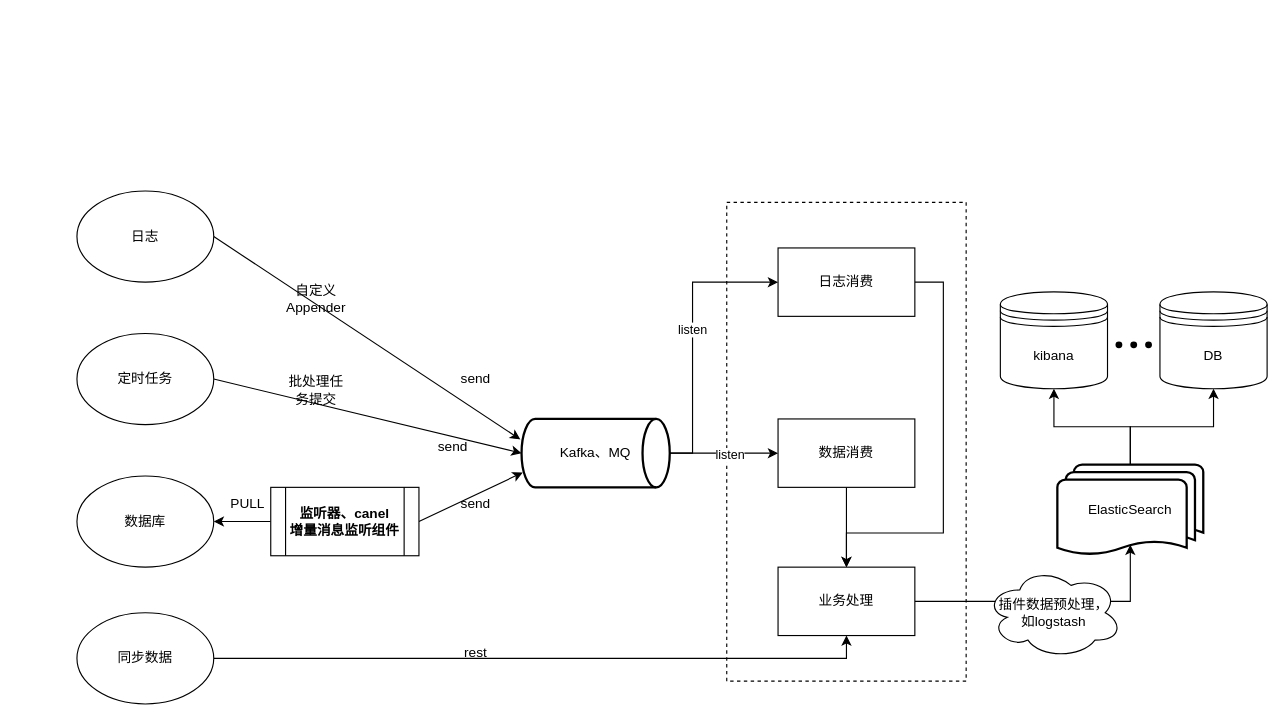
NjuptMei/DrowIo keeps this draw.io diagram as 绘图文件/数据采集对接ELK全流程.drawio. Above is the earlier version. Source tidied: cells renumbered, new cells numbered last; positions are measured from the earlier drawing's top-left corner, leaving out a move shared by most shapes. Both pictures are drawn from the tidied source at 114%, with x=0, y=0 at pixel (76, 190).
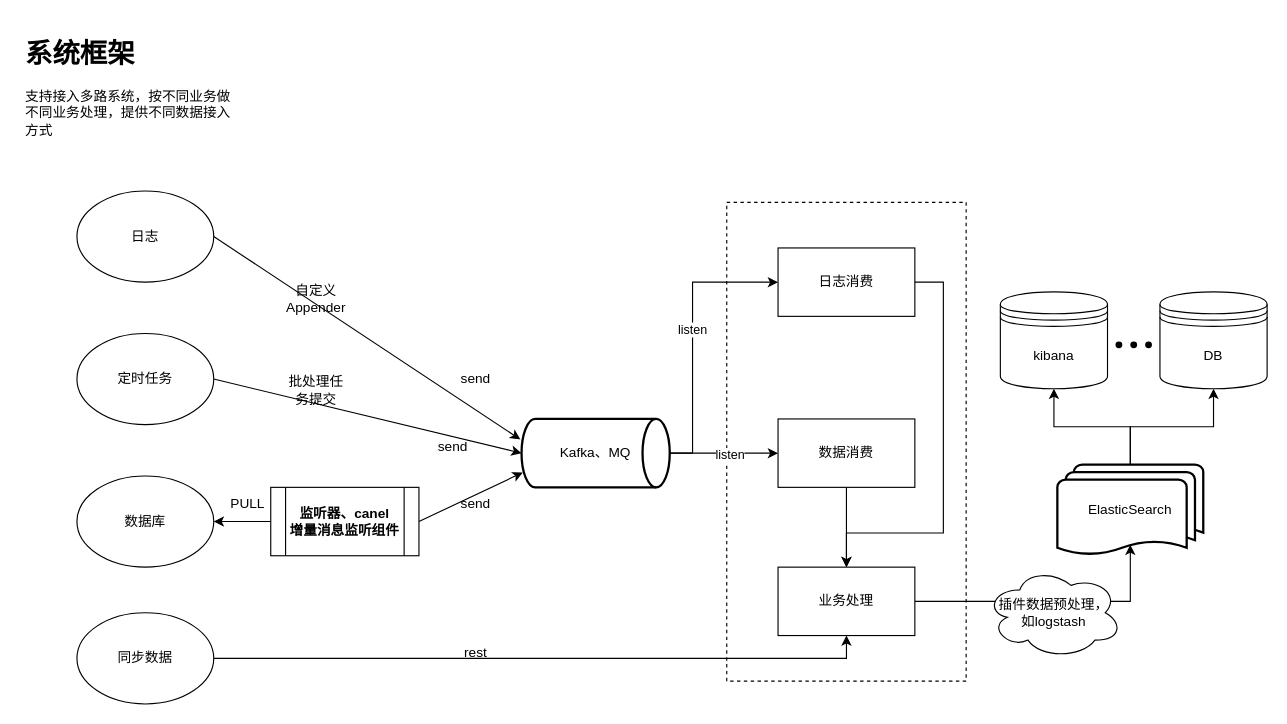
After the change.

Commit message (it also covers changes not shown here):
更新数据采集对接ELK全流程.drawio

Diff of the diagram source:
```diff
@@
+    <mxCell id="40" value="&lt;h1&gt;系统框架&lt;/h1&gt;&lt;p&gt;支持接入多路系统，按不同业务做不同业务处理，提供不同数据接入方式&lt;/p&gt;" style="text;html=1;strokeColor=none;fillColor=none;spacing=5;spacingTop=-20;whiteSpace=wrap;overflow=hidden;rounded=0;" parent="1" vertex="1">
+      <mxGeometry x="-50" y="-140" width="190" height="120" as="geometry" />
+    </mxCell>
```
